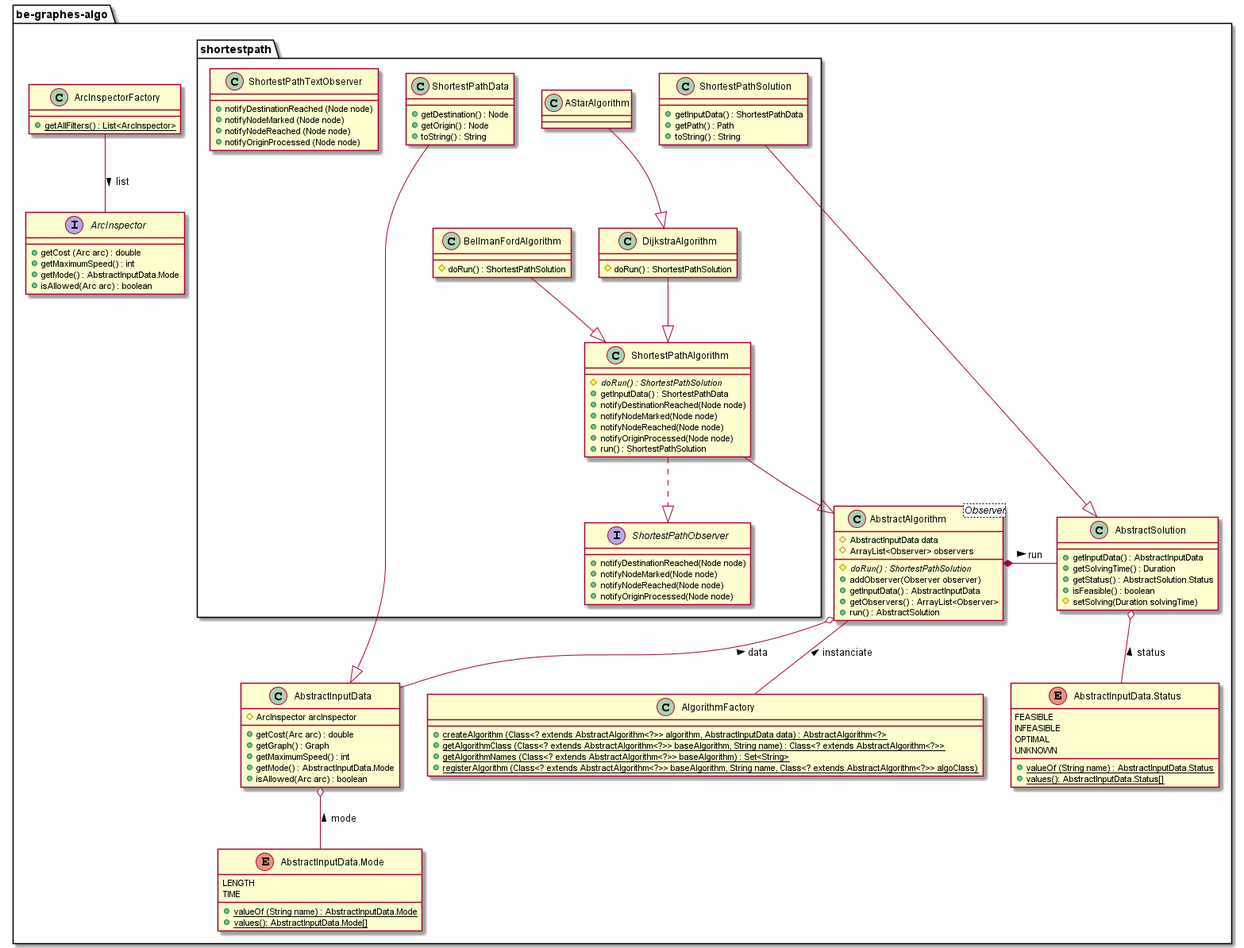
The PlantUML diagram uml/algo_uml.png in arc-hugo/BE-Graphes, before a commit.
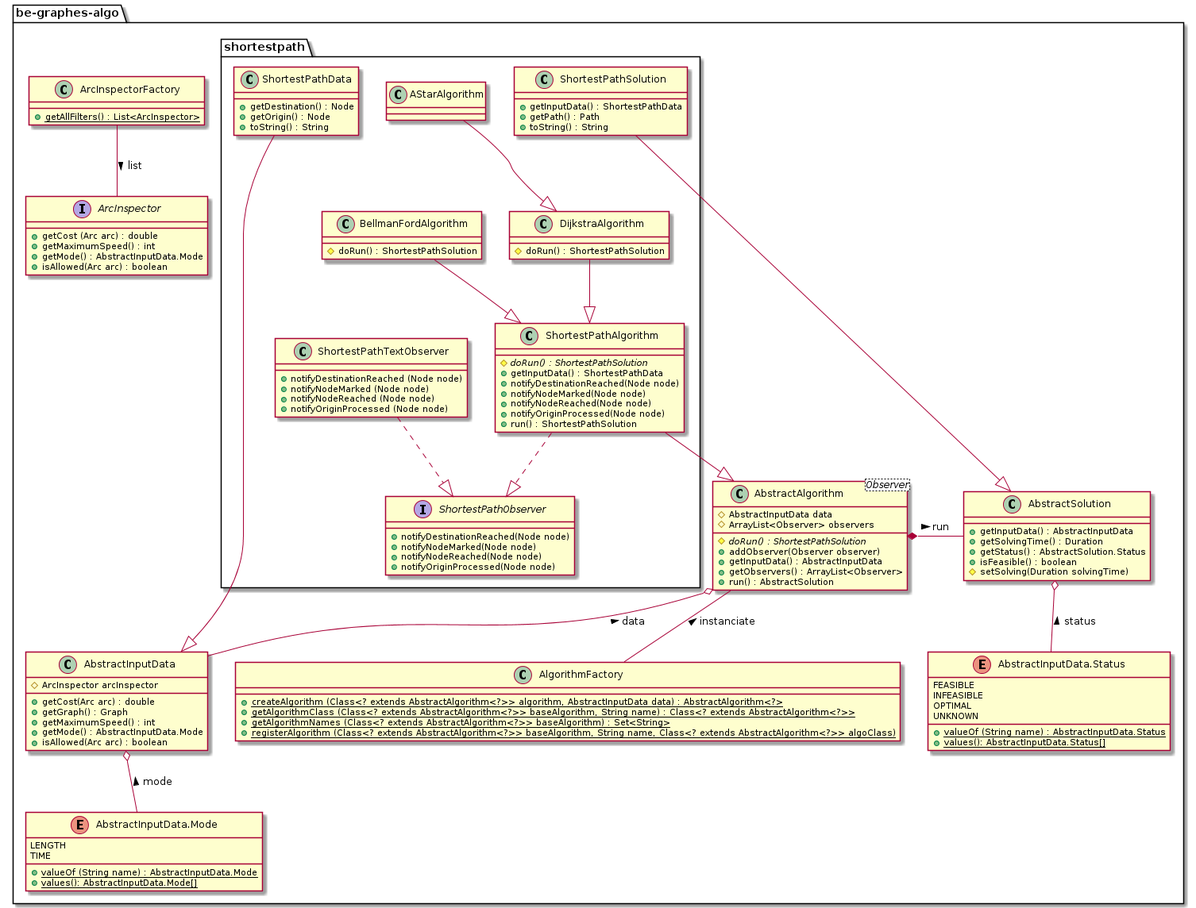
The same diagram one commit later.

What changed in the source:
```diff
@@ -41,6 +41,7 @@
       }
 
       ShortestPathAlgorithm ..|> ShortestPathObserver
+      ShortestPathTextObserver ..|> ShortestPathObserver
    }
    class AbstractAlgorithm <Observer> {
       # AbstractInputData data
```
